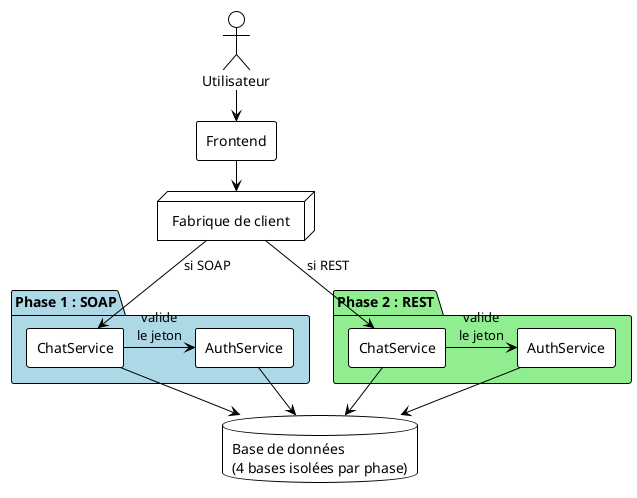
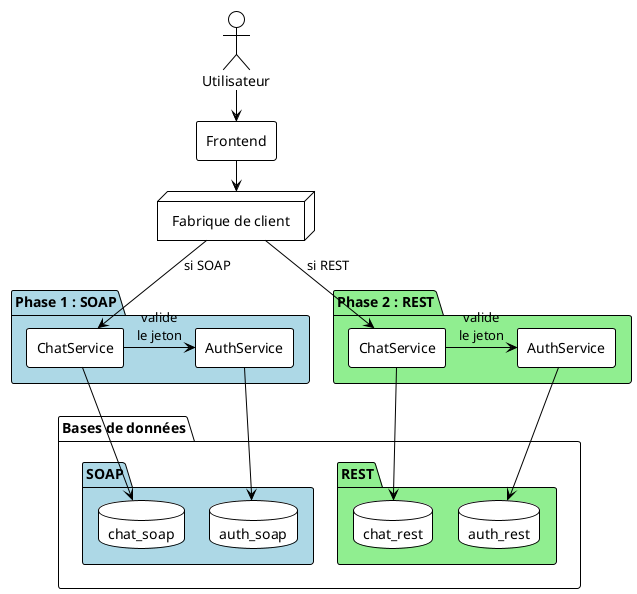
@startuml architecture-globale-simple
!theme plain
skinparam backgroundColor #FFFFFF
skinparam componentStyle rectangle
skinparam defaultFontName "Helvetica"
skinparam ranksep 30
skinparam nodesep 25

actor "Utilisateur" as user

[Frontend] as frontend

node "Fabrique de client" as factory

package "Phase 1 : SOAP" #LightBlue {
  [ChatService] as chatSoap
  [AuthService] as authSoap
  chatSoap -right-> authSoap : valide\nle jeton
}

package "Phase 2 : REST" #LightGreen {
  [ChatService] as chatRest
  [AuthService] as authRest
  chatRest -right-> authRest : valide\nle jeton
}

- database "Base de données\n(4 bases isolées par phase)" as pg
+ package "Bases de données" {
+   package "SOAP" #LightBlue {
+     database "auth_soap" as authSoapDb
+     database "chat_soap" as chatSoapDb
+   }
+   package "REST" #LightGreen {
+     database "auth_rest" as authRestDb
+     database "chat_rest" as chatRestDb
+   }
+ }

user --> frontend
frontend --> factory
factory --> chatSoap : si SOAP
factory --> chatRest : si REST

- authSoap --> pg
- chatSoap --> pg
- authRest --> pg
- chatRest --> pg
+ authSoap --> authSoapDb
+ chatSoap --> chatSoapDb
+ authRest --> authRestDb
+ chatRest --> chatRestDb

@enduml
